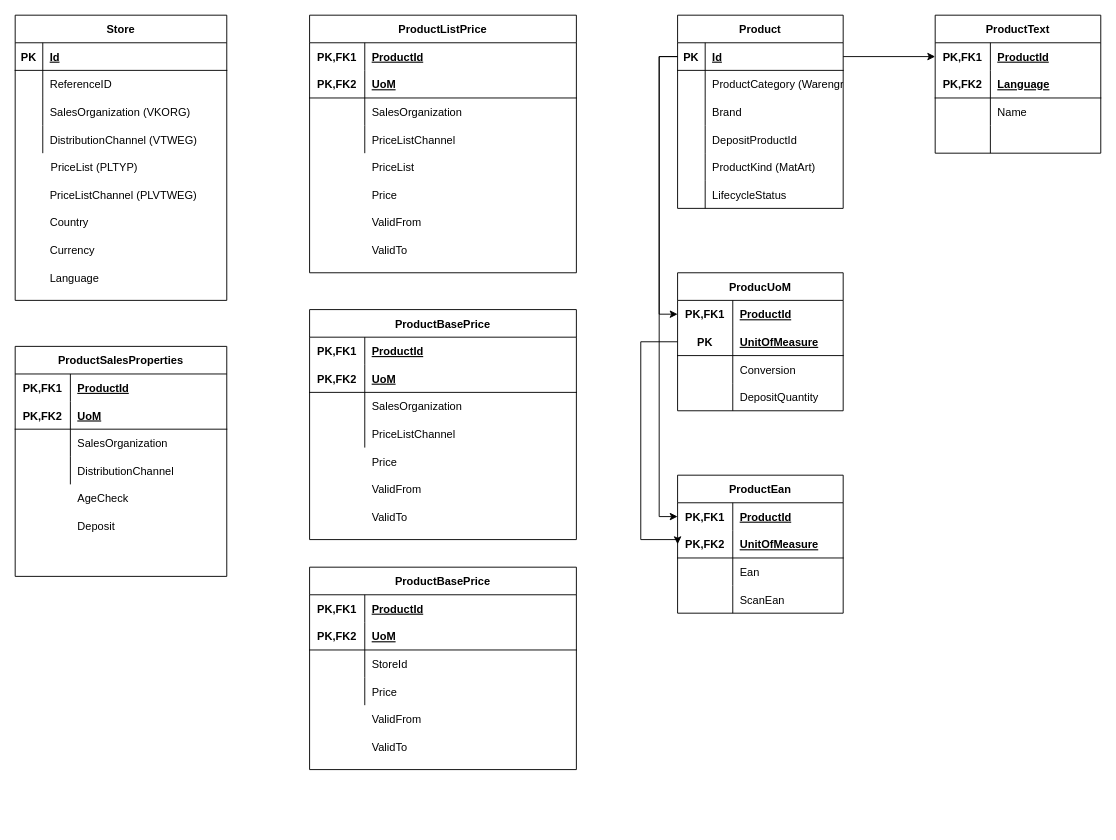
Earlier version of the draw.io diagram Untitled Diagram.drawio (Ermaconomist/M2G-ERM). Source tidied: cells renumbered, new cells numbered last; positions are measured from the earlier drawing's top-left corner, leaving out a move shared by most shapes. Both pictures are drawn from the tidied source at 92%, with x=0, y=0 at pixel (15, 15).
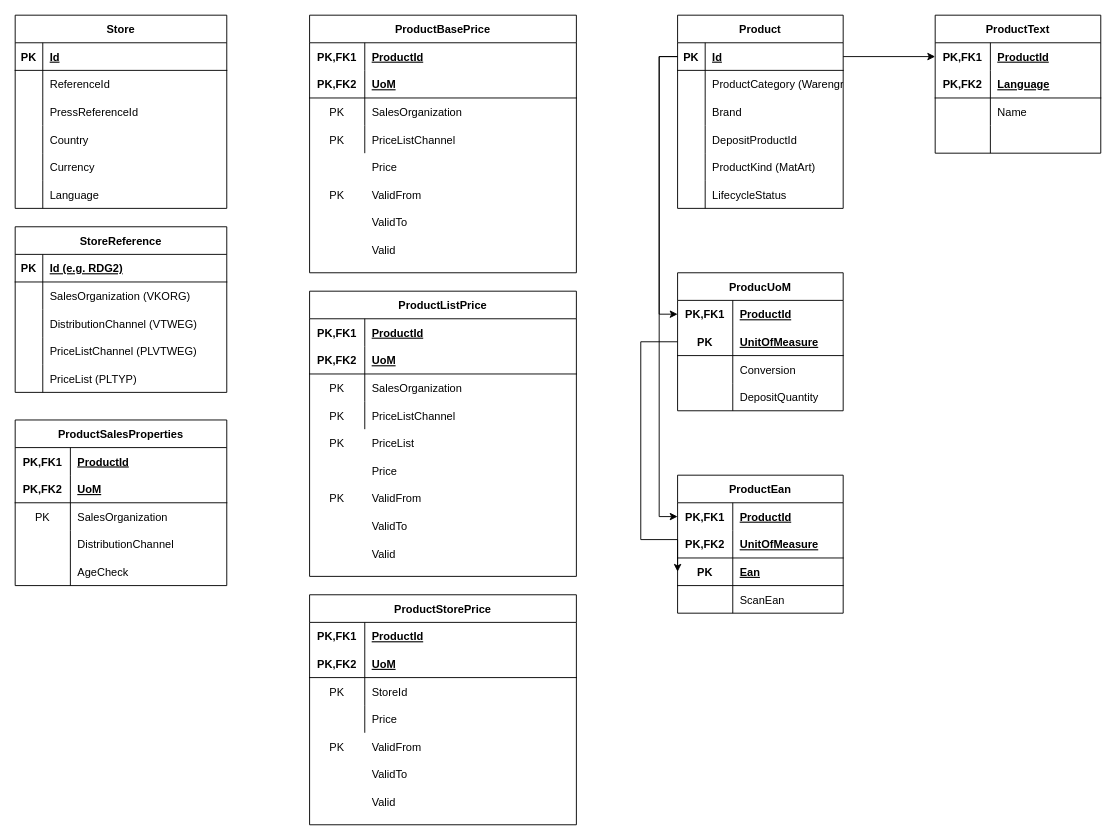
Above is the later version.

The change refers to these unchanged cells:
```xml
<mxCell id="6" style="shape=tableRow;horizontal=0;startSize=0;swimlaneHead=0;swimlaneBody=0;fillColor=none;top=0;left=0;right=0;bottom=0;" parent="2" vertex="1">
  <mxGeometry y="60" width="230" height="30" as="geometry" />
</mxCell>
<mxCell id="9" style="shape=tableRow;horizontal=0;startSize=0;swimlaneHead=0;swimlaneBody=0;fillColor=none;top=0;left=0;right=0;bottom=0;" parent="2" vertex="1">
  <mxGeometry y="90" width="230" height="30" as="geometry" />
</mxCell>
<mxCell id="12" style="shape=tableRow;horizontal=0;startSize=0;swimlaneHead=0;swimlaneBody=0;fillColor=none;top=0;left=0;right=0;bottom=0;" parent="2" vertex="1">
  <mxGeometry y="120" width="230" height="30" as="geometry" />
</mxCell>
<mxCell id="15" style="shape=tableRow;horizontal=0;startSize=0;swimlaneHead=0;swimlaneBody=0;fillColor=none;top=0;left=0;right=0;bottom=0;" parent="1" vertex="1">
  <mxGeometry y="150" width="230" height="30" as="geometry" />
</mxCell>
<mxCell id="62" style="shape=tableRow;horizontal=0;startSize=0;swimlaneHead=0;swimlaneBody=0;fillColor=none;top=0;left=0;right=0;bottom=0;" parent="55" vertex="1">
  <mxGeometry y="90" width="290" height="30" as="geometry" />
</mxCell>
<mxCell id="77" style="shape=tableRow;horizontal=0;startSize=0;swimlaneHead=0;swimlaneBody=0;fillColor=none;top=0;left=0;right=0;bottom=0;" parent="70" vertex="1">
  <mxGeometry y="90" width="230" height="30" as="geometry" />
</mxCell>
<mxCell id="130" value="ProductEan" style="shape=table;startSize=30;childLayout=tableLayout;rowLines=0;fontStyle=1;align=center;" parent="1" vertex="1">
  <mxGeometry x="720" y="500" width="180" height="150" as="geometry" />
</mxCell>
```

Diff of the diagram source:
```diff
@@
     <mxCell id="2" value="Store" style="shape=table;startSize=30;childLayout=tableLayout;rowLines=0;fontStyle=1;align=center;" parent="1" vertex="1">
-      <mxGeometry width="230" height="310" as="geometry" />
+      <mxGeometry width="230" height="210" as="geometry" />
     </mxCell>
@@
-    <mxCell id="8" value="ReferenceID" style="shape=partialRectangle;fillColor=none;top=0;left=0;bottom=0;right=0;align=left;spacingLeft=6;overflow=hidden;" parent="6" vertex="1">
+    <mxCell id="8" value="ReferenceId" style="shape=partialRectangle;fillColor=none;top=0;left=0;bottom=0;right=0;align=left;spacingLeft=6;overflow=hidden;" parent="6" vertex="1">
       <mxGeometry x="30" width="200" height="30" as="geometry" />
     </mxCell>
@@
-    <mxCell id="11" value="SalesOrganization (VKORG)" style="shape=partialRectangle;fillColor=none;top=0;left=0;bottom=0;right=0;align=left;spacingLeft=6;overflow=hidden;" parent="9" vertex="1">
+    <mxCell id="11" value="PressReferenceId" style="shape=partialRectangle;fillColor=none;top=0;left=0;bottom=0;right=0;align=left;spacingLeft=6;overflow=hidden;" parent="9" vertex="1">
       <mxGeometry x="30" width="200" height="30" as="geometry" />
     </mxCell>
@@
-    <mxCell id="14" value="DistributionChannel (VTWEG)" style="shape=partialRectangle;fillColor=none;top=0;left=0;bottom=0;right=0;align=left;spacingLeft=6;overflow=hidden;" parent="12" vertex="1">
+    <mxCell id="14" value="Country" style="shape=partialRectangle;fillColor=none;top=0;left=0;bottom=0;right=0;align=left;spacingLeft=6;overflow=hidden;" parent="12" vertex="1">
       <mxGeometry x="30" width="200" height="30" as="geometry" />
     </mxCell>
+    <mxCell id="147" style="shape=tableRow;horizontal=0;startSize=0;swimlaneHead=0;swimlaneBody=0;fillColor=none;top=0;left=0;right=0;bottom=0;" parent="2" vertex="1">
+      <mxGeometry y="150" width="230" height="30" as="geometry" />
+    </mxCell>
+    <mxCell id="148" style="shape=partialRectangle;fillColor=none;top=0;left=0;bottom=0;right=0;overflow=hidden;" parent="147" vertex="1">
+      <mxGeometry width="30" height="30" as="geometry" />
+    </mxCell>
+    <mxCell id="20" value="Currency" style="shape=partialRectangle;fillColor=none;top=0;left=0;bottom=0;right=0;align=left;spacingLeft=6;overflow=hidden;" parent="147" vertex="1">
+      <mxGeometry x="30" width="200" height="30" as="geometry" />
+    </mxCell>
+    <mxCell id="149" style="shape=tableRow;horizontal=0;startSize=0;swimlaneHead=0;swimlaneBody=0;fillColor=none;top=0;left=0;right=0;bottom=0;" parent="2" vertex="1">
+      <mxGeometry y="180" width="230" height="30" as="geometry" />
+    </mxCell>
+    <mxCell id="150" style="shape=partialRectangle;fillColor=none;top=0;left=0;bottom=0;right=0;overflow=hidden;" parent="149" vertex="1">
+      <mxGeometry width="30" height="30" as="geometry" />
+    </mxCell>
+    <mxCell id="21" value="Language" style="shape=partialRectangle;fillColor=none;top=0;left=0;bottom=0;right=0;align=left;spacingLeft=6;overflow=hidden;" parent="149" vertex="1">
+      <mxGeometry x="30" width="200" height="30" as="geometry" />
+    </mxCell>
@@
-    <mxCell id="17" value="PriceList (PLTYP)" style="shape=partialRectangle;fillColor=none;top=0;left=0;bottom=0;right=0;align=left;spacingLeft=6;overflow=hidden;" parent="15" vertex="1">
-      <mxGeometry x="31" width="200" height="30" as="geometry" />
-    </mxCell>
-    <mxCell id="18" value="PriceListChannel (PLVTWEG)" style="shape=partialRectangle;fillColor=none;top=0;left=0;bottom=0;right=0;align=left;spacingLeft=6;overflow=hidden;" parent="1" vertex="1">
-      <mxGeometry x="30" y="180" width="200" height="30" as="geometry" />
-    </mxCell>
-    <mxCell id="19" value="Country" style="shape=partialRectangle;fillColor=none;top=0;left=0;bottom=0;right=0;align=left;spacingLeft=6;overflow=hidden;" parent="1" vertex="1">
-      <mxGeometry x="30" y="210" width="200" height="30" as="geometry" />
-    </mxCell>
-    <mxCell id="20" value="Currency" style="shape=partialRectangle;fillColor=none;top=0;left=0;bottom=0;right=0;align=left;spacingLeft=6;overflow=hidden;" parent="1" vertex="1">
-      <mxGeometry x="30" y="240" width="200" height="30" as="geometry" />
-    </mxCell>
-    <mxCell id="21" value="Language" style="shape=partialRectangle;fillColor=none;top=0;left=0;bottom=0;right=0;align=left;spacingLeft=6;overflow=hidden;" parent="1" vertex="1">
-      <mxGeometry x="30" y="270" width="200" height="30" as="geometry" />
-    </mxCell>
     <mxCell id="22" value="ProductListPrice" style="shape=table;startSize=30;childLayout=tableLayout;rowLines=0;fontStyle=1;align=center;" parent="1" vertex="1">
-      <mxGeometry x="320" width="290" height="280" as="geometry" />
+      <mxGeometry x="320" y="300" width="290" height="310" as="geometry" />
     </mxCell>
@@
     <mxCell id="35" value="PriceList" style="shape=partialRectangle;fillColor=none;top=0;left=0;bottom=0;right=0;align=left;spacingLeft=6;overflow=hidden;" parent="1" vertex="1">
-      <mxGeometry x="380" y="150" width="230" height="30" as="geometry" />
+      <mxGeometry x="380" y="450" width="230" height="30" as="geometry" />
     </mxCell>
     <mxCell id="36" value="Price" style="shape=partialRectangle;fillColor=none;top=0;left=0;bottom=0;right=0;align=left;spacingLeft=6;overflow=hidden;" parent="1" vertex="1">
-      <mxGeometry x="380" y="180" width="230" height="30" as="geometry" />
+      <mxGeometry x="380" y="480" width="230" height="30" as="geometry" />
     </mxCell>
     <mxCell id="37" value="ValidFrom" style="shape=partialRectangle;fillColor=none;top=0;left=0;bottom=0;right=0;align=left;spacingLeft=6;overflow=hidden;" parent="1" vertex="1">
-      <mxGeometry x="380" y="210" width="230" height="30" as="geometry" />
+      <mxGeometry x="380" y="510" width="230" height="30" as="geometry" />
     </mxCell>
     <mxCell id="38" value="ValidTo" style="shape=partialRectangle;fillColor=none;top=0;left=0;bottom=0;right=0;align=left;spacingLeft=6;overflow=hidden;" parent="1" vertex="1">
-      <mxGeometry x="380" y="240" width="230" height="30" as="geometry" />
+      <mxGeometry x="380" y="540" width="230" height="30" as="geometry" />
     </mxCell>
     <mxCell id="39" value="ProductBasePrice" style="shape=table;startSize=30;childLayout=tableLayout;rowLines=0;fontStyle=1;align=center;" parent="1" vertex="1">
-      <mxGeometry x="320" y="320" width="290" height="250" as="geometry" />
+      <mxGeometry x="320" width="290" height="280" as="geometry" />
     </mxCell>
@@
     <mxCell id="52" value="Price" style="shape=partialRectangle;fillColor=none;top=0;left=0;bottom=0;right=0;align=left;spacingLeft=6;overflow=hidden;" parent="1" vertex="1">
-      <mxGeometry x="380" y="470" width="230" height="30" as="geometry" />
+      <mxGeometry x="380" y="150" width="230" height="30" as="geometry" />
     </mxCell>
     <mxCell id="53" value="ValidFrom" style="shape=partialRectangle;fillColor=none;top=0;left=0;bottom=0;right=0;align=left;spacingLeft=6;overflow=hidden;" parent="1" vertex="1">
-      <mxGeometry x="380" y="500" width="230" height="30" as="geometry" />
+      <mxGeometry x="380" y="180" width="230" height="30" as="geometry" />
     </mxCell>
     <mxCell id="54" value="ValidTo" style="shape=partialRectangle;fillColor=none;top=0;left=0;bottom=0;right=0;align=left;spacingLeft=6;overflow=hidden;" parent="1" vertex="1">
-      <mxGeometry x="380" y="530" width="230" height="30" as="geometry" />
+      <mxGeometry x="380" y="210" width="230" height="30" as="geometry" />
     </mxCell>
-    <mxCell id="55" value="ProductBasePrice" style="shape=table;startSize=30;childLayout=tableLayout;rowLines=0;fontStyle=1;align=center;" parent="1" vertex="1">
-      <mxGeometry x="320" y="600" width="290" height="220" as="geometry" />
+    <mxCell id="55" value="ProductStorePrice" style="shape=table;startSize=30;childLayout=tableLayout;rowLines=0;fontStyle=1;align=center;" parent="1" vertex="1">
+      <mxGeometry x="320" y="630" width="290" height="250" as="geometry" />
     </mxCell>
@@
-    <mxCell id="63" style="shape=partialRectangle;fillColor=none;top=0;left=0;bottom=0;right=0;overflow=hidden;" parent="62" vertex="1">
+    <mxCell id="63" value="PK" style="shape=partialRectangle;fillColor=none;top=0;left=0;bottom=0;right=0;overflow=hidden;" parent="62" vertex="1">
       <mxGeometry width="60" height="30" as="geometry" />
     </mxCell>
@@
     <mxCell id="68" value="ValidFrom" style="shape=partialRectangle;fillColor=none;top=0;left=0;bottom=0;right=0;align=left;spacingLeft=6;overflow=hidden;" parent="1" vertex="1">
-      <mxGeometry x="380" y="750" width="230" height="30" as="geometry" />
+      <mxGeometry x="380" y="780" width="230" height="30" as="geometry" />
     </mxCell>
     <mxCell id="69" value="ValidTo" style="shape=partialRectangle;fillColor=none;top=0;left=0;bottom=0;right=0;align=left;spacingLeft=6;overflow=hidden;" parent="1" vertex="1">
-      <mxGeometry x="380" y="780" width="230" height="30" as="geometry" />
+      <mxGeometry x="380" y="810" width="230" height="30" as="geometry" />
     </mxCell>
     <mxCell id="70" value="ProductSalesProperties" style="shape=table;startSize=30;childLayout=tableLayout;rowLines=0;fontStyle=1;align=center;" parent="1" vertex="1">
-      <mxGeometry y="360" width="230" height="250" as="geometry" />
+      <mxGeometry y="440" width="230" height="180" as="geometry" />
     </mxCell>
@@
-    <mxCell id="78" style="shape=partialRectangle;fillColor=none;top=0;left=0;bottom=0;right=0;overflow=hidden;" parent="77" vertex="1">
+    <mxCell id="78" value="PK" style="shape=partialRectangle;fillColor=none;top=0;left=0;bottom=0;right=0;overflow=hidden;" parent="77" vertex="1">
       <mxGeometry width="60" height="30" as="geometry" />
     </mxCell>
@@
+    <mxCell id="151" style="shape=tableRow;horizontal=0;startSize=0;swimlaneHead=0;swimlaneBody=0;fillColor=none;top=0;left=0;right=0;bottom=0;" parent="70" vertex="1">
+      <mxGeometry y="150" width="230" height="30" as="geometry" />
+    </mxCell>
+    <mxCell id="138" style="shape=partialRectangle;fillColor=none;top=0;left=0;bottom=0;right=0;overflow=hidden;" parent="151" vertex="1">
+      <mxGeometry width="60" height="30" as="geometry" />
+    </mxCell>
-    <mxCell id="83" value="AgeCheck" style="shape=partialRectangle;fillColor=none;top=0;left=0;bottom=0;right=0;align=left;spacingLeft=6;overflow=hidden;" parent="1" vertex="1">
-      <mxGeometry x="60" y="510" width="230" height="30" as="geometry" />
+    <mxCell id="83" value="AgeCheck" style="shape=partialRectangle;fillColor=none;top=0;left=0;bottom=0;right=0;align=left;spacingLeft=6;overflow=hidden;" parent="151" vertex="1">
+      <mxGeometry x="60" width="170" height="30" as="geometry" />
     </mxCell>
-    <mxCell id="84" value="Deposit" style="shape=partialRectangle;fillColor=none;top=0;left=0;bottom=0;right=0;align=left;spacingLeft=6;overflow=hidden;" parent="1" vertex="1">
-      <mxGeometry x="60" y="540" width="230" height="30" as="geometry" />
-    </mxCell>
@@
+    <mxCell id="152" style="shape=tableRow;horizontal=0;startSize=0;swimlaneHead=0;swimlaneBody=0;fillColor=none;top=0;left=0;right=0;bottom=1;" parent="130" vertex="1">
+      <mxGeometry y="60" width="180" height="30" as="geometry" />
+    </mxCell>
+    <mxCell id="153" value="PK,FK2" style="shape=partialRectangle;fillColor=none;top=0;left=0;bottom=0;right=0;fontStyle=1;overflow=hidden;" parent="152" vertex="1">
+      <mxGeometry width="60" height="30" as="geometry" />
+    </mxCell>
+    <mxCell id="154" value="UnitOfMeasure" style="shape=partialRectangle;fillColor=none;top=0;left=0;bottom=0;right=0;align=left;spacingLeft=6;fontStyle=5;overflow=hidden;" parent="152" vertex="1">
+      <mxGeometry x="60" width="120" height="30" as="geometry" />
+    </mxCell>
     <mxCell id="134" style="shape=tableRow;horizontal=0;startSize=0;swimlaneHead=0;swimlaneBody=0;fillColor=none;points=[[0,0.5],[1,0.5]];portConstraint=eastwest;top=0;left=0;right=0;bottom=1;" parent="130" vertex="1">
-      <mxGeometry y="60" width="180" height="30" as="geometry" />
+      <mxGeometry y="90" width="180" height="30" as="geometry" />
     </mxCell>
-    <mxCell id="135" value="PK,FK2" style="shape=partialRectangle;fillColor=none;top=0;left=0;bottom=0;right=0;fontStyle=1;overflow=hidden;" parent="134" vertex="1">
+    <mxCell id="135" value="PK" style="shape=partialRectangle;fillColor=none;top=0;left=0;bottom=0;right=0;fontStyle=1;overflow=hidden;" parent="134" vertex="1">
       <mxGeometry width="60" height="30" as="geometry" />
     </mxCell>
-    <mxCell id="136" value="UnitOfMeasure" style="shape=partialRectangle;fillColor=none;top=0;left=0;bottom=0;right=0;align=left;spacingLeft=6;fontStyle=5;overflow=hidden;" parent="134" vertex="1">
+    <mxCell id="136" value="Ean" style="shape=partialRectangle;fillColor=none;top=0;left=0;bottom=0;right=0;align=left;spacingLeft=6;fontStyle=5;overflow=hidden;" parent="134" vertex="1">
       <mxGeometry x="60" width="120" height="30" as="geometry" />
     </mxCell>
-    <mxCell id="137" style="shape=tableRow;horizontal=0;startSize=0;swimlaneHead=0;swimlaneBody=0;fillColor=none;top=0;left=0;right=0;bottom=0;" parent="130" vertex="1">
-      <mxGeometry y="90" width="180" height="30" as="geometry" />
-    </mxCell>
-    <mxCell id="138" style="shape=partialRectangle;fillColor=none;top=0;left=0;bottom=0;right=0;overflow=hidden;" parent="137" vertex="1">
-      <mxGeometry width="60" height="30" as="geometry" />
-    </mxCell>
-    <mxCell id="139" value="Ean" style="shape=partialRectangle;fillColor=none;top=0;left=0;bottom=0;right=0;align=left;spacingLeft=6;overflow=hidden;" parent="137" vertex="1">
-      <mxGeometry x="60" width="120" height="30" as="geometry" />
-    </mxCell>
@@
+    <mxCell id="155" value="Valid" style="shape=partialRectangle;fillColor=none;top=0;left=0;bottom=0;right=0;align=left;spacingLeft=6;overflow=hidden;" parent="1" vertex="1">
+      <mxGeometry x="380" y="570" width="230" height="30" as="geometry" />
+    </mxCell>
+    <mxCell id="156" value="PK" style="shape=partialRectangle;fillColor=none;top=0;left=0;bottom=0;right=0;overflow=hidden;" parent="1" vertex="1">
+      <mxGeometry x="320" y="510" width="60" height="30" as="geometry" />
+    </mxCell>
+    <mxCell id="157" value="PK" style="shape=partialRectangle;fillColor=none;top=0;left=0;bottom=0;right=0;overflow=hidden;" parent="1" vertex="1">
+      <mxGeometry x="320" y="180" width="60" height="30" as="geometry" />
+    </mxCell>
+    <mxCell id="158" value="PK" style="shape=partialRectangle;fillColor=none;top=0;left=0;bottom=0;right=0;overflow=hidden;" parent="1" vertex="1">
+      <mxGeometry x="320" y="390" width="60" height="30" as="geometry" />
+    </mxCell>
+    <mxCell id="159" value="PK" style="shape=partialRectangle;fillColor=none;top=0;left=0;bottom=0;right=0;overflow=hidden;" parent="1" vertex="1">
+      <mxGeometry x="320" y="420" width="60" height="30" as="geometry" />
+    </mxCell>
+    <mxCell id="160" value="PK" style="shape=partialRectangle;fillColor=none;top=0;left=0;bottom=0;right=0;overflow=hidden;" parent="1" vertex="1">
+      <mxGeometry x="320" y="450" width="60" height="30" as="geometry" />
+    </mxCell>
+    <mxCell id="161" value="PK" style="shape=partialRectangle;fillColor=none;top=0;left=0;bottom=0;right=0;overflow=hidden;" parent="1" vertex="1">
+      <mxGeometry x="320" y="90" width="60" height="30" as="geometry" />
+    </mxCell>
+    <mxCell id="162" value="PK" style="shape=partialRectangle;fillColor=none;top=0;left=0;bottom=0;right=0;overflow=hidden;" parent="1" vertex="1">
+      <mxGeometry x="320" y="120" width="60" height="30" as="geometry" />
+    </mxCell>
+    <mxCell id="163" value="Valid" style="shape=partialRectangle;fillColor=none;top=0;left=0;bottom=0;right=0;align=left;spacingLeft=6;overflow=hidden;" parent="1" vertex="1">
+      <mxGeometry x="380" y="240" width="230" height="30" as="geometry" />
+    </mxCell>
+    <mxCell id="164" value="Valid" style="shape=partialRectangle;fillColor=none;top=0;left=0;bottom=0;right=0;align=left;spacingLeft=6;overflow=hidden;" parent="1" vertex="1">
+      <mxGeometry x="380" y="840" width="230" height="30" as="geometry" />
+    </mxCell>
+    <mxCell id="165" value="PK" style="shape=partialRectangle;fillColor=none;top=0;left=0;bottom=0;right=0;overflow=hidden;" parent="1" vertex="1">
+      <mxGeometry x="320" y="780" width="60" height="30" as="geometry" />
+    </mxCell>
+    <mxCell id="166" value="StoreReference" style="shape=table;startSize=30;childLayout=tableLayout;rowLines=0;fontStyle=1;align=center;" parent="1" vertex="1">
+      <mxGeometry y="230" width="230" height="180" as="geometry" />
+    </mxCell>
+    <mxCell id="167" style="shape=tableRow;horizontal=0;startSize=0;swimlaneHead=0;swimlaneBody=0;fillColor=none;top=0;left=0;right=0;bottom=1;" parent="166" vertex="1">
+      <mxGeometry y="30" width="230" height="30" as="geometry" />
+    </mxCell>
+    <mxCell id="168" value="PK" style="shape=partialRectangle;fillColor=none;top=0;left=0;bottom=0;right=0;fontStyle=1;overflow=hidden;" parent="167" vertex="1">
+      <mxGeometry width="30" height="30" as="geometry" />
+    </mxCell>
+    <mxCell id="169" value="Id (e.g. RDG2)" style="shape=partialRectangle;fillColor=none;top=0;left=0;bottom=0;right=0;align=left;spacingLeft=6;fontStyle=5;overflow=hidden;" parent="167" vertex="1">
+      <mxGeometry x="30" width="200" height="30" as="geometry" />
+    </mxCell>
+    <mxCell id="170" style="shape=tableRow;horizontal=0;startSize=0;swimlaneHead=0;swimlaneBody=0;fillColor=none;top=0;left=0;right=0;bottom=0;" parent="166" vertex="1">
+      <mxGeometry y="60" width="230" height="30" as="geometry" />
+    </mxCell>
+    <mxCell id="171" style="shape=partialRectangle;fillColor=none;top=0;left=0;bottom=0;right=0;overflow=hidden;" parent="170" vertex="1">
+      <mxGeometry width="30" height="30" as="geometry" />
+    </mxCell>
+    <mxCell id="172" value="SalesOrganization (VKORG)" style="shape=partialRectangle;fillColor=none;top=0;left=0;bottom=0;right=0;align=left;spacingLeft=6;overflow=hidden;" parent="170" vertex="1">
+      <mxGeometry x="30" width="200" height="30" as="geometry" />
+    </mxCell>
+    <mxCell id="173" style="shape=tableRow;horizontal=0;startSize=0;swimlaneHead=0;swimlaneBody=0;fillColor=none;top=0;left=0;right=0;bottom=0;" parent="166" vertex="1">
+      <mxGeometry y="90" width="230" height="30" as="geometry" />
+    </mxCell>
+    <mxCell id="174" style="shape=partialRectangle;fillColor=none;top=0;left=0;bottom=0;right=0;overflow=hidden;" parent="173" vertex="1">
+      <mxGeometry width="30" height="30" as="geometry" />
+    </mxCell>
+    <mxCell id="175" value="DistributionChannel (VTWEG)" style="shape=partialRectangle;fillColor=none;top=0;left=0;bottom=0;right=0;align=left;spacingLeft=6;overflow=hidden;" parent="173" vertex="1">
+      <mxGeometry x="30" width="200" height="30" as="geometry" />
+    </mxCell>
+    <mxCell id="176" style="shape=tableRow;horizontal=0;startSize=0;swimlaneHead=0;swimlaneBody=0;fillColor=none;top=0;left=0;right=0;bottom=0;" parent="166" vertex="1">
+      <mxGeometry y="120" width="230" height="30" as="geometry" />
+    </mxCell>
+    <mxCell id="177" style="shape=partialRectangle;fillColor=none;top=0;left=0;bottom=0;right=0;overflow=hidden;" parent="176" vertex="1">
+      <mxGeometry width="30" height="30" as="geometry" />
+    </mxCell>
+    <mxCell id="18" value="PriceListChannel (PLVTWEG)" style="shape=partialRectangle;fillColor=none;top=0;left=0;bottom=0;right=0;align=left;spacingLeft=6;overflow=hidden;" parent="176" vertex="1">
+      <mxGeometry x="30" width="200" height="30" as="geometry" />
+    </mxCell>
+    <mxCell id="178" style="shape=tableRow;horizontal=0;startSize=0;swimlaneHead=0;swimlaneBody=0;fillColor=none;top=0;left=0;right=0;bottom=0;" parent="166" vertex="1">
+      <mxGeometry y="150" width="230" height="30" as="geometry" />
+    </mxCell>
+    <mxCell id="179" style="shape=partialRectangle;fillColor=none;top=0;left=0;bottom=0;right=0;overflow=hidden;" parent="178" vertex="1">
+      <mxGeometry width="30" height="30" as="geometry" />
+    </mxCell>
+    <mxCell id="17" value="PriceList (PLTYP)" style="shape=partialRectangle;fillColor=none;top=0;left=0;bottom=0;right=0;align=left;spacingLeft=6;overflow=hidden;" parent="178" vertex="1">
+      <mxGeometry x="30" width="200" height="30" as="geometry" />
+    </mxCell>
```
